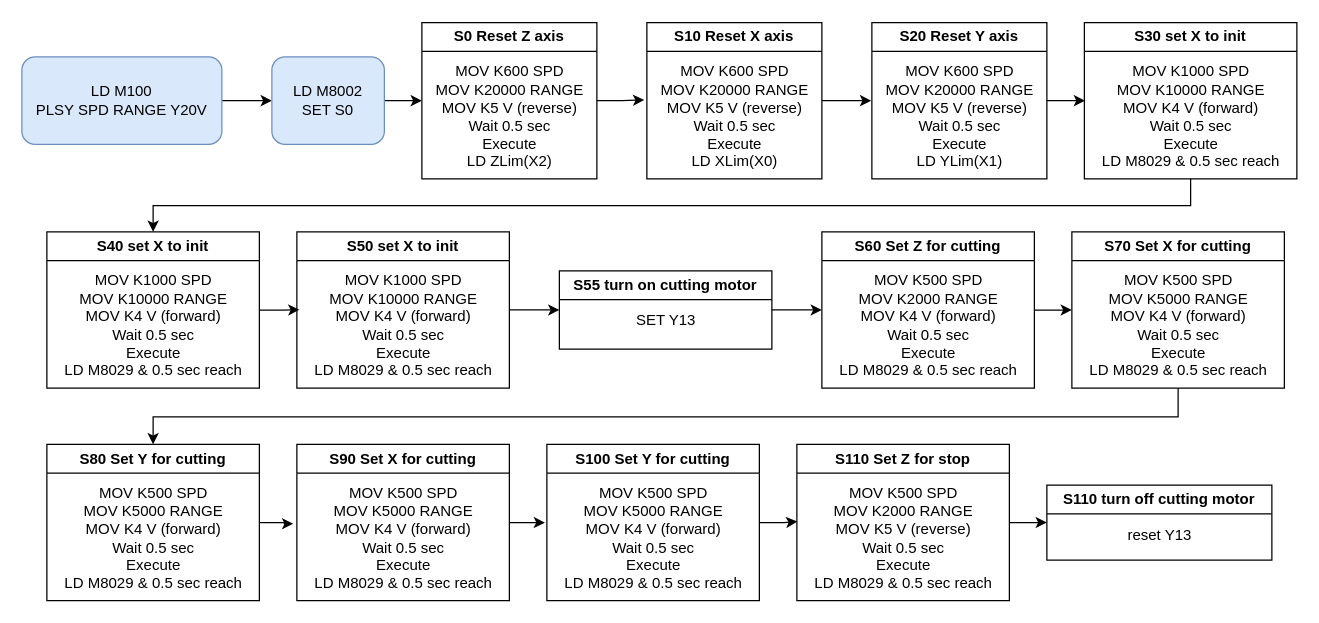
Above: diagram/CNC_flowDiagram.drawio in Winston2337/drawIO (draw.io), before the change. Source tidied: cells renumbered, new cells numbered last; positions are measured from the earlier drawing's top-left corner, leaving out a move shared by most shapes. Both pictures are drawn from the tidied source at 125%, with x=0, y=0 at pixel (21, 21).
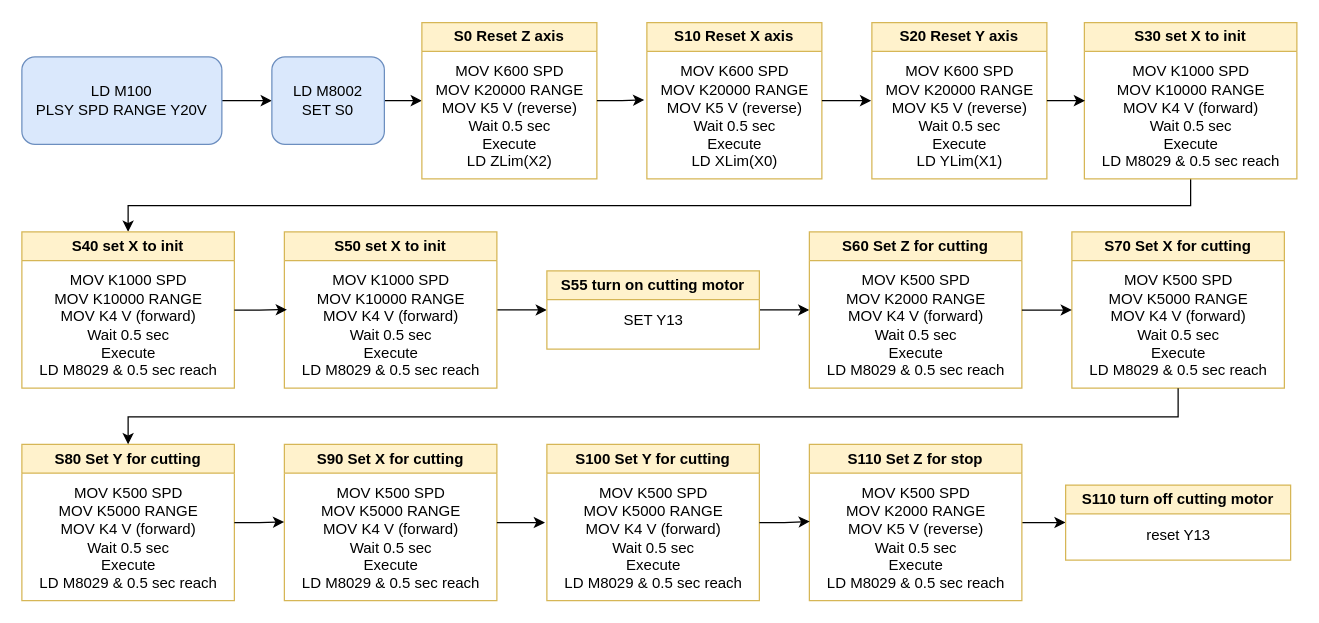
The same page after the edit.

Unchanged cells that the change refers to:
```xml
<mxCell id="36" value="MOV K500 SPD&lt;div&gt;MOV K5000 RANGE&lt;/div&gt;&lt;div&gt;MOV K4 V (forward)&lt;/div&gt;&lt;div&gt;Wait 0.5 sec&lt;/div&gt;&lt;div&gt;Execute&lt;/div&gt;&lt;div&gt;&lt;span style=&quot;background-color: initial;&quot;&gt;LD M8029 &amp;amp; 0.5 sec reach&lt;/span&gt;&lt;br&gt;&lt;/div&gt;" style="text;html=1;align=center;verticalAlign=middle;points=[];strokeColor=none;fillColor=none;" parent="35" vertex="1">
  <mxGeometry y="25" width="170" height="100" as="geometry" />
</mxCell>
```

The edit, as a diff of the source:
```diff
@@
-    <mxCell id="6" value="S0 Reset Z axis" style="swimlane;whiteSpace=wrap;html=1;" parent="1" vertex="1">
+    <mxCell id="6" value="S0 Reset Z axis" style="swimlane;whiteSpace=wrap;html=1;fillColor=#fff2cc;strokeColor=#d6b656;" parent="1" vertex="1">
       <mxGeometry x="320" y="0.5" width="140" height="125" as="geometry" />
     </mxCell>
@@
-    <mxCell id="8" value="S10 Reset X axis" style="swimlane;whiteSpace=wrap;html=1;" parent="1" vertex="1">
+    <mxCell id="8" value="S10 Reset X axis" style="swimlane;whiteSpace=wrap;html=1;fillColor=#fff2cc;strokeColor=#d6b656;" parent="1" vertex="1">
       <mxGeometry x="500" y="0.5" width="140" height="125" as="geometry" />
     </mxCell>
@@
-    <mxCell id="10" value="S20 Reset Y axis" style="swimlane;whiteSpace=wrap;html=1;" parent="1" vertex="1">
+    <mxCell id="10" value="S20 Reset Y axis" style="swimlane;whiteSpace=wrap;html=1;fillColor=#fff2cc;strokeColor=#d6b656;" parent="1" vertex="1">
       <mxGeometry x="680" y="0.5" width="140" height="125" as="geometry" />
     </mxCell>
@@
-    <mxCell id="13" value="S30 set X to init" style="swimlane;whiteSpace=wrap;html=1;" parent="1" vertex="1">
+    <mxCell id="13" value="S30 set X to init" style="swimlane;whiteSpace=wrap;html=1;fillColor=#fff2cc;strokeColor=#d6b656;" parent="1" vertex="1">
       <mxGeometry x="850" y="0.5" width="170" height="125" as="geometry" />
     </mxCell>
@@
-    <mxCell id="15" value="S40 set X to init" style="swimlane;whiteSpace=wrap;html=1;" parent="1" vertex="1">
-      <mxGeometry x="20" y="168" width="170" height="125" as="geometry" />
+    <mxCell id="15" value="S40 set X to init" style="swimlane;whiteSpace=wrap;html=1;fillColor=#fff2cc;strokeColor=#d6b656;" parent="1" vertex="1">
+      <mxGeometry y="168" width="170" height="125" as="geometry" />
     </mxCell>
@@
-    <mxCell id="18" value="S50 set X to init" style="swimlane;whiteSpace=wrap;html=1;" parent="1" vertex="1">
-      <mxGeometry x="220" y="168" width="170" height="125" as="geometry" />
+    <mxCell id="18" value="S50 set X to init" style="swimlane;whiteSpace=wrap;html=1;fillColor=#fff2cc;strokeColor=#d6b656;" parent="1" vertex="1">
+      <mxGeometry x="210" y="168" width="170" height="125" as="geometry" />
     </mxCell>
@@
-    <mxCell id="21" value="S55 turn on cutting motor" style="swimlane;whiteSpace=wrap;html=1;" parent="1" vertex="1">
-      <mxGeometry x="430" y="199.2" width="170" height="62.5" as="geometry" />
+    <mxCell id="21" value="S55 turn on cutting motor" style="swimlane;whiteSpace=wrap;html=1;fillColor=#fff2cc;strokeColor=#d6b656;" parent="1" vertex="1">
+      <mxGeometry x="420" y="199.2" width="170" height="62.5" as="geometry" />
     </mxCell>
@@
-    <mxCell id="27" value="S60 Set Z for cutting" style="swimlane;whiteSpace=wrap;html=1;" parent="1" vertex="1">
-      <mxGeometry x="640" y="168" width="170" height="125" as="geometry" />
+    <mxCell id="27" value="S60 Set Z for cutting" style="swimlane;whiteSpace=wrap;html=1;fillColor=#fff2cc;strokeColor=#d6b656;" parent="1" vertex="1">
+      <mxGeometry x="630" y="168" width="170" height="125" as="geometry" />
     </mxCell>
@@
-    <mxCell id="29" value="S70 Set X for cutting" style="swimlane;whiteSpace=wrap;html=1;" parent="1" vertex="1">
+    <mxCell id="29" value="S70 Set X for cutting" style="swimlane;whiteSpace=wrap;html=1;fillColor=#fff2cc;strokeColor=#d6b656;" parent="1" vertex="1">
       <mxGeometry x="840" y="168" width="170" height="125" as="geometry" />
     </mxCell>
@@
-    <mxCell id="32" value="S80 Set Y for cutting" style="swimlane;whiteSpace=wrap;html=1;" parent="1" vertex="1">
-      <mxGeometry x="20" y="338" width="170" height="125" as="geometry" />
+    <mxCell id="32" value="S80 Set Y for cutting" style="swimlane;whiteSpace=wrap;html=1;fillColor=#fff2cc;strokeColor=#d6b656;" parent="1" vertex="1">
+      <mxGeometry y="338" width="170" height="125" as="geometry" />
     </mxCell>
@@
-    <mxCell id="35" value="S90 Set X for cutting" style="swimlane;whiteSpace=wrap;html=1;" parent="1" vertex="1">
-      <mxGeometry x="220" y="338" width="170" height="125" as="geometry" />
+    <mxCell id="35" value="S90 Set X for cutting" style="swimlane;whiteSpace=wrap;html=1;fillColor=#fff2cc;strokeColor=#d6b656;" parent="1" vertex="1">
+      <mxGeometry x="210" y="338" width="170" height="125" as="geometry" />
     </mxCell>
@@
-    <mxCell id="37" value="S100 Set Y for cutting" style="swimlane;whiteSpace=wrap;html=1;" parent="1" vertex="1">
+    <mxCell id="37" value="S100 Set Y for cutting" style="swimlane;whiteSpace=wrap;html=1;fillColor=#fff2cc;strokeColor=#d6b656;" parent="1" vertex="1">
       <mxGeometry x="420" y="338" width="170" height="125" as="geometry" />
     </mxCell>
@@
-    <mxCell id="39" style="edgeStyle=orthogonalEdgeStyle;rounded=0;jettySize=auto;html=1;entryX=-0.017;entryY=0.385;entryDx=0;entryDy=0;entryPerimeter=0;" parent="1" edge="1" source="32" target="36">
-      <mxGeometry relative="1" as="geometry" />
-    </mxCell>
@@
-    <mxCell id="42" value="S110 Set Z for stop" style="swimlane;whiteSpace=wrap;html=1;" parent="1" vertex="1">
-      <mxGeometry x="620" y="338" width="170" height="125" as="geometry" />
+    <mxCell id="42" value="S110 Set Z for stop" style="swimlane;whiteSpace=wrap;html=1;fillColor=#fff2cc;strokeColor=#d6b656;" parent="1" vertex="1">
+      <mxGeometry x="630" y="338" width="170" height="125" as="geometry" />
     </mxCell>
@@
-    <mxCell id="44" value="S110 turn off cutting motor" style="swimlane;whiteSpace=wrap;html=1;" parent="1" vertex="1">
-      <mxGeometry x="820" y="370.5" width="180" height="60" as="geometry" />
+    <mxCell id="44" value="S110 turn off cutting motor" style="swimlane;whiteSpace=wrap;html=1;fillColor=#fff2cc;strokeColor=#d6b656;" parent="1" vertex="1">
+      <mxGeometry x="835" y="370.5" width="180" height="60" as="geometry" />
     </mxCell>
@@
+    <mxCell id="39" style="edgeStyle=orthogonalEdgeStyle;rounded=0;jettySize=auto;html=1;entryX=-0.001;entryY=0.37;entryDx=0;entryDy=0;entryPerimeter=0;" parent="1" edge="1" source="32" target="36">
+      <mxGeometry relative="1" as="geometry" />
+    </mxCell>
```
